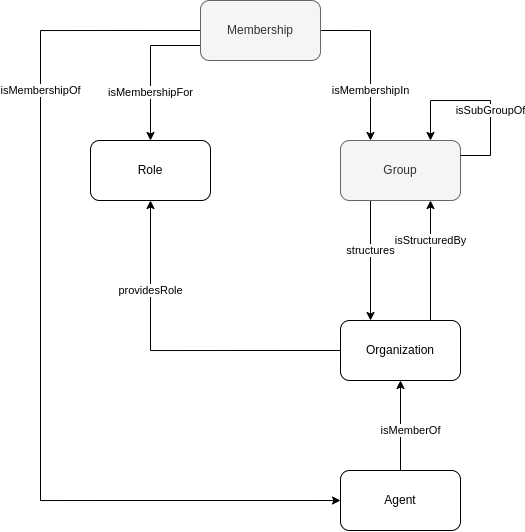
This is domains/logistics/structure-organization/structure-organization.png from HyperAgents/hmas, a draw.io export, as it was before one commit. Source tidied: cells renumbered, new cells last; positions are measured from the earlier drawing's top-left corner, leaving out a move shared by most shapes.
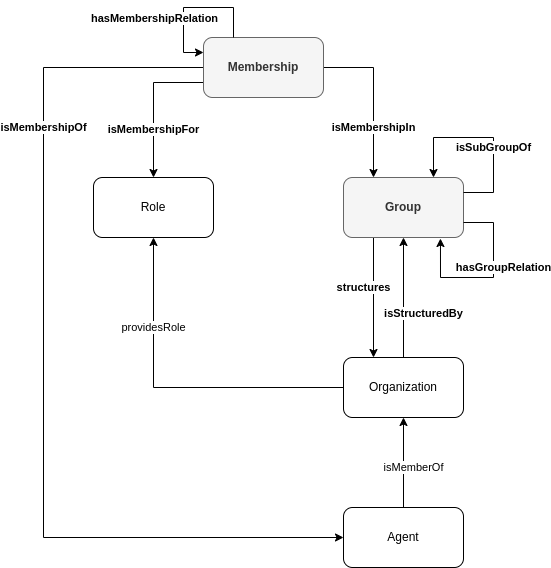
The same file after the commit.

Diff of the diagram source:
```diff
@@ -8,8 +8,8 @@
     <mxCell id="3" value="isMemberOf" style="rounded=0;jettySize=auto;html=1;exitX=0.5;exitY=1;exitDx=0;exitDy=0;entryX=0.5;entryY=0;entryDx=0;entryDy=0;startArrow=classic;startFill=1;endArrow=none;endFill=0;" parent="1" edge="1" source="5" target="8">
       <mxGeometry x="0.11" y="10" relative="1" as="geometry" />
     </mxCell>
-    <mxCell id="4" value="isStructuredBy" style="edgeStyle=orthogonalEdgeStyle;rounded=0;jettySize=auto;html=1;exitX=0.75;exitY=0;exitDx=0;exitDy=0;entryX=0.75;entryY=1;entryDx=0;entryDy=0;" parent="1" edge="1" source="5" target="10">
-      <mxGeometry x="0.33" relative="1" as="geometry" />
+    <mxCell id="4" value="isStructuredBy" style="edgeStyle=orthogonalEdgeStyle;rounded=0;jettySize=auto;html=1;entryX=0.5;entryY=1;entryDx=0;entryDy=0;fontStyle=1;exitX=0.5;exitY=0;exitDx=0;exitDy=0;" parent="1" edge="1" source="5" target="10">
+      <mxGeometry x="-0.27" y="-20" relative="1" as="geometry" />
     </mxCell>
     <mxCell id="5" value="Organization" style="rounded=1;whiteSpace=wrap;html=1;" parent="1" vertex="1">
       <mxGeometry x="300" y="320" width="120" height="60" as="geometry" />
@@ -17,7 +17,7 @@
     <mxCell id="6" value="Role" style="rounded=1;whiteSpace=wrap;html=1;" parent="1" vertex="1">
       <mxGeometry x="50" y="140" width="120" height="60" as="geometry" />
     </mxCell>
-    <mxCell id="7" value="isMembershipOf" style="edgeStyle=orthogonalEdgeStyle;rounded=0;jettySize=auto;html=1;exitX=0;exitY=0.5;exitDx=0;exitDy=0;entryX=0;entryY=0.5;entryDx=0;entryDy=0;startArrow=classic;startFill=1;endArrow=none;endFill=0;" parent="1" edge="1" source="8" target="14">
+    <mxCell id="7" value="isMembershipOf" style="edgeStyle=orthogonalEdgeStyle;rounded=0;jettySize=auto;html=1;exitX=0;exitY=0.5;exitDx=0;exitDy=0;entryX=0;entryY=0.5;entryDx=0;entryDy=0;startArrow=classic;startFill=1;endArrow=none;endFill=0;fontStyle=1;" parent="1" edge="1" source="8" target="14">
       <mxGeometry x="0.53" relative="1" as="geometry">
         <Array as="points">
           <mxPoint y="500" />
@@ -28,13 +28,13 @@
     <mxCell id="8" value="Agent" style="rounded=1;whiteSpace=wrap;html=1;" parent="1" vertex="1">
       <mxGeometry x="300" y="470" width="120" height="60" as="geometry" />
     </mxCell>
-    <mxCell id="9" value="structures" style="rounded=0;jettySize=auto;html=1;exitX=0.25;exitY=1;exitDx=0;exitDy=0;entryX=0.25;entryY=0;entryDx=0;entryDy=0;" parent="1" edge="1" source="10" target="5">
-      <mxGeometry x="-0.17" relative="1" as="geometry" />
+    <mxCell id="9" value="structures" style="rounded=0;jettySize=auto;html=1;exitX=0.25;exitY=1;exitDx=0;exitDy=0;entryX=0.25;entryY=0;entryDx=0;entryDy=0;fontStyle=1;" parent="1" edge="1" source="10" target="5">
+      <mxGeometry x="-0.17" y="-10" relative="1" as="geometry" />
     </mxCell>
-    <mxCell id="10" value="Group" style="rounded=1;whiteSpace=wrap;html=1;fillColor=#f5f5f5;fontColor=#333333;strokeColor=#666666;" parent="1" vertex="1">
+    <mxCell id="10" value="Group" style="rounded=1;whiteSpace=wrap;html=1;fillColor=#f5f5f5;fontColor=#333333;strokeColor=#666666;fontStyle=1;" parent="1" vertex="1">
       <mxGeometry x="300" y="140" width="120" height="60" as="geometry" />
     </mxCell>
-    <mxCell id="11" value="isSubGroupOf" style="edgeStyle=orthogonalEdgeStyle;rounded=0;orthogonalLoop=1;jettySize=auto;html=1;exitX=1;exitY=0.25;exitDx=0;exitDy=0;entryX=0.75;entryY=0;entryDx=0;entryDy=0;startArrow=none;startFill=0;" parent="1" edge="1" source="10" target="10">
+    <mxCell id="11" value="isSubGroupOf" style="edgeStyle=orthogonalEdgeStyle;rounded=0;orthogonalLoop=1;jettySize=auto;html=1;exitX=1;exitY=0.25;exitDx=0;exitDy=0;entryX=0.75;entryY=0;entryDx=0;entryDy=0;startArrow=none;startFill=0;fontStyle=1;" parent="1" edge="1" source="10" target="10">
       <mxGeometry x="-0.19" relative="1" as="geometry">
         <Array as="points">
           <mxPoint x="450" y="155" />
@@ -43,14 +43,37 @@
         </Array>
       </mxGeometry>
     </mxCell>
-    <mxCell id="12" value="isMembershipFor" style="edgeStyle=orthogonalEdgeStyle;rounded=0;jettySize=auto;html=1;exitX=0;exitY=0.75;exitDx=0;exitDy=0;entryX=0.5;entryY=0;entryDx=0;entryDy=0;startArrow=none;startFill=0;endArrow=classic;endFill=1;" parent="1" edge="1" source="14" target="6">
+    <mxCell id="12" value="isMembershipFor" style="edgeStyle=orthogonalEdgeStyle;rounded=0;jettySize=auto;html=1;exitX=0;exitY=0.75;exitDx=0;exitDy=0;entryX=0.5;entryY=0;entryDx=0;entryDy=0;startArrow=none;startFill=0;endArrow=classic;endFill=1;fontStyle=1;" parent="1" edge="1" source="14" target="6">
       <mxGeometry x="0.33" relative="1" as="geometry" />
     </mxCell>
-    <mxCell id="13" value="isMembershipIn" style="edgeStyle=orthogonalEdgeStyle;rounded=0;jettySize=auto;html=1;exitX=1;exitY=0.5;exitDx=0;exitDy=0;entryX=0.25;entryY=0;entryDx=0;entryDy=0;startArrow=none;startFill=0;endArrow=classic;endFill=1;" parent="1" edge="1" source="14" target="10">
+    <mxCell id="13" value="isMembershipIn" style="edgeStyle=orthogonalEdgeStyle;rounded=0;jettySize=auto;html=1;exitX=1;exitY=0.5;exitDx=0;exitDy=0;entryX=0.25;entryY=0;entryDx=0;entryDy=0;startArrow=none;startFill=0;endArrow=classic;endFill=1;fontStyle=1;" parent="1" edge="1" source="14" target="10">
       <mxGeometry x="0.38" relative="1" as="geometry" />
     </mxCell>
-    <mxCell id="14" value="Membership" style="rounded=1;whiteSpace=wrap;html=1;fillColor=#f5f5f5;fontColor=#333333;strokeColor=#666666;" parent="1" vertex="1">
+    <mxCell id="14" value="Membership" style="rounded=1;whiteSpace=wrap;html=1;fillColor=#f5f5f5;fontColor=#333333;strokeColor=#666666;fontStyle=1;" parent="1" vertex="1">
       <mxGeometry x="160" width="120" height="60" as="geometry" />
     </mxCell>
+    <mxCell id="15" style="edgeStyle=orthogonalEdgeStyle;rounded=0;orthogonalLoop=1;jettySize=auto;html=1;exitX=0.25;exitY=0;exitDx=0;exitDy=0;entryX=0;entryY=0.25;entryDx=0;entryDy=0;" parent="1" edge="1" source="14" target="14">
+      <mxGeometry relative="1" as="geometry">
+        <Array as="points">
+          <mxPoint x="190" y="-30" />
+          <mxPoint x="140" y="-30" />
+          <mxPoint x="140" y="15" />
+        </Array>
+      </mxGeometry>
+    </mxCell>
+    <mxCell id="16" value="hasMembershipRelation" style="edgeLabel;html=1;align=center;verticalAlign=middle;fontStyle=1;" parent="15" vertex="1">
+      <mxGeometry x="-0.23" y="-2" relative="1" as="geometry">
+        <mxPoint x="-54" y="12" as="offset" />
+      </mxGeometry>
+    </mxCell>
+    <mxCell id="17" value="hasGroupRelation" style="edgeStyle=orthogonalEdgeStyle;rounded=0;orthogonalLoop=1;jettySize=auto;html=1;exitX=1;exitY=0.75;exitDx=0;exitDy=0;entryX=0.808;entryY=1.017;entryDx=0;entryDy=0;entryPerimeter=0;fontStyle=1;" parent="1" edge="1" source="10" target="10">
+      <mxGeometry x="-0.15" y="10" relative="1" as="geometry">
+        <Array as="points">
+          <mxPoint x="450" y="185" />
+          <mxPoint x="450" y="240" />
+          <mxPoint x="397" y="240" />
+        </Array>
+      </mxGeometry>
+    </mxCell>
   </root>
 </mxGraphModel>
```
